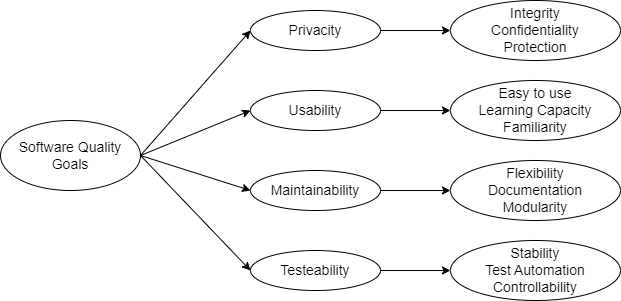
The draw.io diagram images/10_1_Quality_Tree.png in Arquisoft/wiq_es2b, before a commit. Source tidied: cells renumbered, new cells last; positions are measured from the earlier drawing's top-left corner, leaving out a move shared by most shapes. The source it was exported from:
```xml
<mxGraphModel>
  <root>
    <mxCell id="0" />
    <mxCell id="1" parent="0" />
    <mxCell id="2" value="&lt;font style=&quot;font-size: 14px;&quot;&gt;Software Quality Goals&lt;/font&gt;" style="ellipse;whiteSpace=wrap;html=1;" parent="1" vertex="1">
      <mxGeometry y="120" width="140" height="70" as="geometry" />
    </mxCell>
    <mxCell id="3" value="&lt;font style=&quot;font-size: 14px;&quot;&gt;Privacity&lt;/font&gt;" style="ellipse;whiteSpace=wrap;html=1;" parent="1" vertex="1">
      <mxGeometry x="250" y="10" width="130" height="40" as="geometry" />
    </mxCell>
    <mxCell id="4" value="&lt;font style=&quot;font-size: 14px;&quot;&gt;Usability&lt;/font&gt;" style="ellipse;whiteSpace=wrap;html=1;" parent="1" vertex="1">
      <mxGeometry x="250" y="90" width="130" height="40" as="geometry" />
    </mxCell>
    <mxCell id="5" value="&lt;font style=&quot;font-size: 14px;&quot;&gt;Maintainability&lt;/font&gt;" style="ellipse;whiteSpace=wrap;html=1;" parent="1" vertex="1">
      <mxGeometry x="250" y="170" width="130" height="40" as="geometry" />
    </mxCell>
    <mxCell id="6" value="&lt;font style=&quot;font-size: 14px;&quot;&gt;Testeability&lt;br&gt;&lt;/font&gt;" style="ellipse;whiteSpace=wrap;html=1;" parent="1" vertex="1">
      <mxGeometry x="250" y="250" width="130" height="40" as="geometry" />
    </mxCell>
    <mxCell id="7" style="endArrow=classic;html=1;rounded=0;exitX=1;exitY=0.5;exitDx=0;exitDy=0;entryX=0;entryY=0.5;entryDx=0;entryDy=0;" parent="1" edge="1" source="2" target="3">
      <mxGeometry relative="1" as="geometry" />
    </mxCell>
    <mxCell id="8" style="endArrow=classic;html=1;rounded=0;exitX=1;exitY=0.5;exitDx=0;exitDy=0;entryX=0;entryY=0.5;entryDx=0;entryDy=0;" parent="1" edge="1" source="2" target="4">
      <mxGeometry relative="1" as="geometry" />
    </mxCell>
    <mxCell id="9" style="endArrow=classic;html=1;rounded=0;exitX=1;exitY=0.5;exitDx=0;exitDy=0;entryX=0;entryY=0.5;entryDx=0;entryDy=0;" parent="1" edge="1" source="2" target="5">
      <mxGeometry relative="1" as="geometry" />
    </mxCell>
    <mxCell id="10" style="endArrow=classic;html=1;rounded=0;exitX=1;exitY=0.5;exitDx=0;exitDy=0;entryX=0;entryY=0.5;entryDx=0;entryDy=0;" parent="1" edge="1" source="2" target="6">
      <mxGeometry relative="1" as="geometry" />
    </mxCell>
    <mxCell id="11" value="&lt;font style=&quot;font-size: 14px;&quot;&gt;Easy to use&lt;br&gt;Learning Capacity&lt;br&gt;Familiarity&lt;br&gt;&lt;/font&gt;" style="ellipse;whiteSpace=wrap;html=1;" parent="1" vertex="1">
      <mxGeometry x="450" y="80" width="170" height="60" as="geometry" />
    </mxCell>
    <mxCell id="12" value="&lt;font style=&quot;font-size: 14px;&quot;&gt;Integrity&lt;br&gt;Confidentiality&lt;br&gt;Protection&lt;br&gt;&lt;/font&gt;" style="ellipse;whiteSpace=wrap;html=1;" parent="1" vertex="1">
      <mxGeometry x="450" width="170" height="60" as="geometry" />
    </mxCell>
    <mxCell id="13" value="&lt;font style=&quot;font-size: 14px;&quot;&gt;Flexibility&lt;br&gt;Documentation&lt;br&gt;Modularity&lt;br&gt;&lt;/font&gt;" style="ellipse;whiteSpace=wrap;html=1;" parent="1" vertex="1">
      <mxGeometry x="450" y="160" width="170" height="60" as="geometry" />
    </mxCell>
    <mxCell id="14" value="&lt;font style=&quot;font-size: 14px;&quot;&gt;Stability&lt;br&gt;Test Automation&lt;br&gt;Controllability&lt;br&gt;&lt;/font&gt;" style="ellipse;whiteSpace=wrap;html=1;" parent="1" vertex="1">
      <mxGeometry x="450" y="240" width="170" height="60" as="geometry" />
    </mxCell>
    <mxCell id="15" style="endArrow=classic;html=1;rounded=0;exitX=1;exitY=0.5;exitDx=0;exitDy=0;entryX=0;entryY=0.5;entryDx=0;entryDy=0;" parent="1" edge="1" source="4" target="11">
      <mxGeometry relative="1" as="geometry" />
    </mxCell>
    <mxCell id="16" style="endArrow=classic;html=1;rounded=0;exitX=1;exitY=0.5;exitDx=0;exitDy=0;entryX=0;entryY=0.5;entryDx=0;entryDy=0;" parent="1" edge="1" source="6" target="14">
      <mxGeometry relative="1" as="geometry" />
    </mxCell>
    <mxCell id="17" style="endArrow=classic;html=1;rounded=0;exitX=1;exitY=0.5;exitDx=0;exitDy=0;entryX=0;entryY=0.5;entryDx=0;entryDy=0;" parent="1" edge="1" source="3" target="12">
      <mxGeometry relative="1" as="geometry" />
    </mxCell>
    <mxCell id="18" style="endArrow=classic;html=1;rounded=0;exitX=1;exitY=0.5;exitDx=0;exitDy=0;entryX=0;entryY=0.5;entryDx=0;entryDy=0;" parent="1" edge="1" source="5" target="13">
      <mxGeometry relative="1" as="geometry" />
    </mxCell>
  </root>
</mxGraphModel>
```
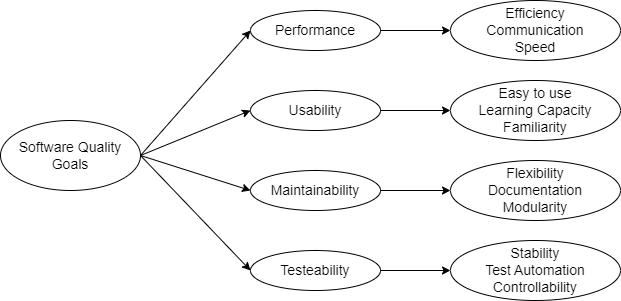
After the change.

Diff of the diagram source:
```diff
@@ -5,7 +5,7 @@
     <mxCell id="2" value="&lt;font style=&quot;font-size: 14px;&quot;&gt;Software Quality Goals&lt;/font&gt;" style="ellipse;whiteSpace=wrap;html=1;" parent="1" vertex="1">
       <mxGeometry y="120" width="140" height="70" as="geometry" />
     </mxCell>
-    <mxCell id="3" value="&lt;font style=&quot;font-size: 14px;&quot;&gt;Privacity&lt;/font&gt;" style="ellipse;whiteSpace=wrap;html=1;" parent="1" vertex="1">
+    <mxCell id="3" value="&lt;font style=&quot;font-size: 14px;&quot;&gt;Performance&lt;/font&gt;" style="ellipse;whiteSpace=wrap;html=1;" parent="1" vertex="1">
       <mxGeometry x="250" y="10" width="130" height="40" as="geometry" />
     </mxCell>
     <mxCell id="4" value="&lt;font style=&quot;font-size: 14px;&quot;&gt;Usability&lt;/font&gt;" style="ellipse;whiteSpace=wrap;html=1;" parent="1" vertex="1">
@@ -32,7 +32,7 @@
     <mxCell id="11" value="&lt;font style=&quot;font-size: 14px;&quot;&gt;Easy to use&lt;br&gt;Learning Capacity&lt;br&gt;Familiarity&lt;br&gt;&lt;/font&gt;" style="ellipse;whiteSpace=wrap;html=1;" parent="1" vertex="1">
       <mxGeometry x="450" y="80" width="170" height="60" as="geometry" />
     </mxCell>
-    <mxCell id="12" value="&lt;font style=&quot;font-size: 14px;&quot;&gt;Integrity&lt;br&gt;Confidentiality&lt;br&gt;Protection&lt;br&gt;&lt;/font&gt;" style="ellipse;whiteSpace=wrap;html=1;" parent="1" vertex="1">
+    <mxCell id="12" value="&lt;font style=&quot;font-size: 14px;&quot;&gt;Efficiency&lt;br&gt;Communication&lt;br&gt;Speed&lt;br&gt;&lt;/font&gt;" style="ellipse;whiteSpace=wrap;html=1;" parent="1" vertex="1">
       <mxGeometry x="450" width="170" height="60" as="geometry" />
     </mxCell>
     <mxCell id="13" value="&lt;font style=&quot;font-size: 14px;&quot;&gt;Flexibility&lt;br&gt;Documentation&lt;br&gt;Modularity&lt;br&gt;&lt;/font&gt;" style="ellipse;whiteSpace=wrap;html=1;" parent="1" vertex="1">
```
